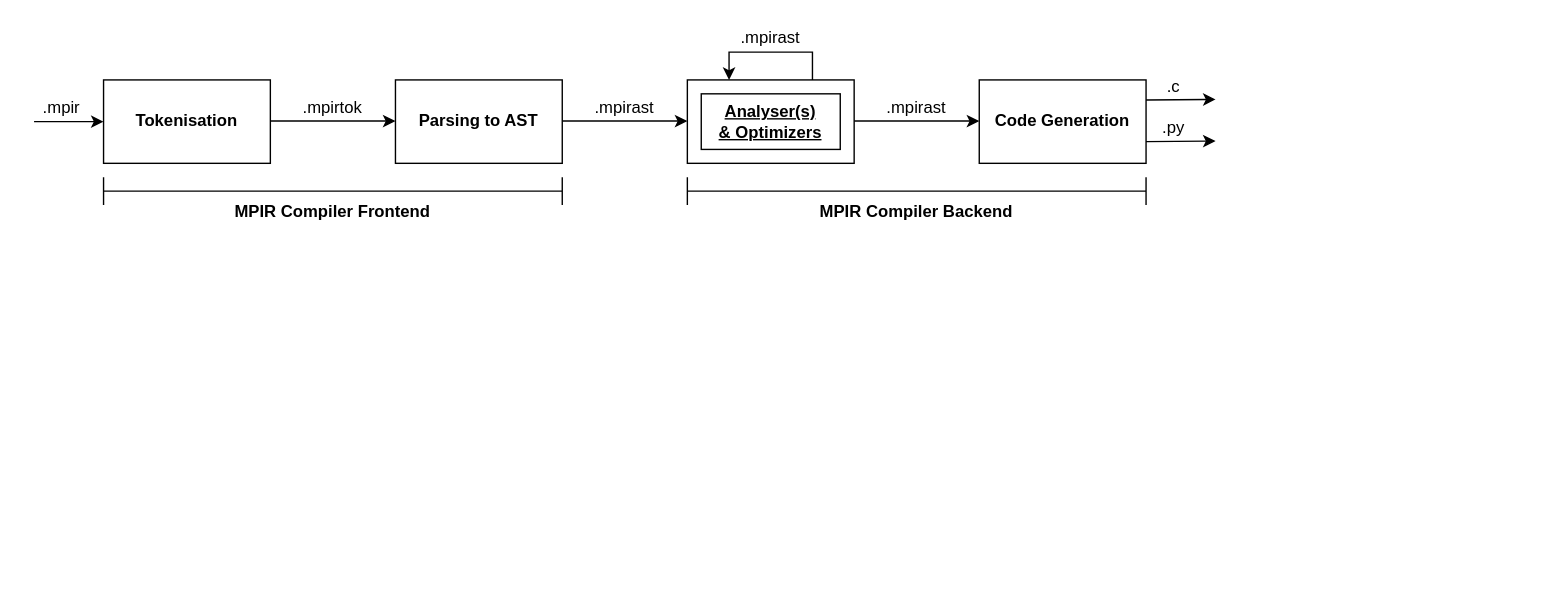
Earlier version of the draw.io diagram diagrambank/Compiler Sequencing.drawio (tobybenjaminclark/mpir). Source tidied: cells renumbered, new cells numbered last; positions are measured from the earlier drawing's top-left corner, leaving out a move shared by most shapes. Both pictures are drawn from the tidied source at 139%, with x=0, y=0 at pixel (33, 24).
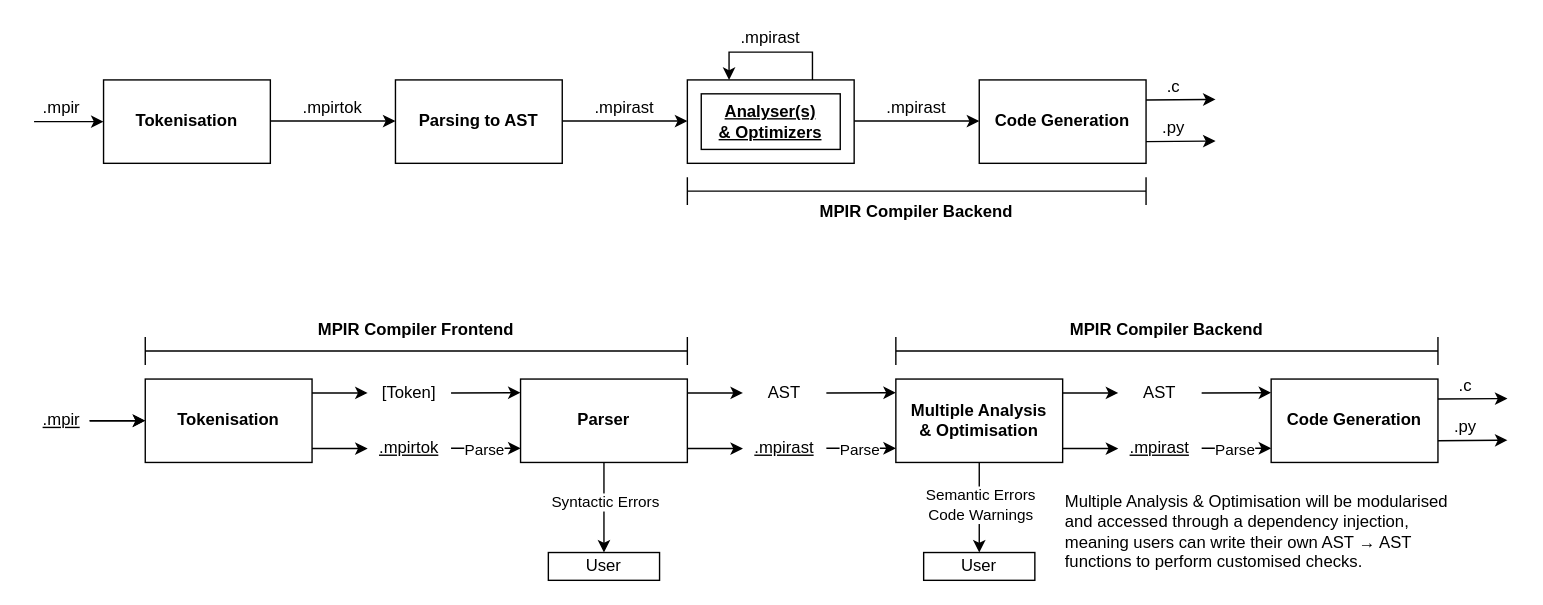
Above is the later version.

Commit message:
add: update compiler sequencing diagram

What changed in the source:
```diff
@@
     <mxCell id="19" style="shape=crossbar;whiteSpace=wrap;html=1;rounded=1;fontFamily=CMU Serif;" parent="1" vertex="1">
-      <mxGeometry x="50" y="110" width="330" height="20" as="geometry" />
+      <mxGeometry x="80" y="225" width="390" height="20" as="geometry" />
     </mxCell>
@@
     <mxCell id="21" value="MPIR Compiler Frontend" style="text;html=1;strokeColor=none;fillColor=none;align=center;verticalAlign=middle;whiteSpace=wrap;rounded=0;fontFamily=CMU Serif;fontStyle=1;" parent="1" vertex="1">
-      <mxGeometry x="50" y="120" width="330" height="30" as="geometry" />
+      <mxGeometry x="80" y="205" width="390" height="30" as="geometry" />
     </mxCell>
@@
+    <mxCell id="25" style="endArrow=classic;html=1;rounded=0;fontFamily=CMU Serif;" parent="1" edge="1">
+      <mxGeometry relative="1" as="geometry">
+        <mxPoint x="40" y="285.2" as="sourcePoint" />
+        <mxPoint x="80" y="285.2" as="targetPoint" />
+      </mxGeometry>
+    </mxCell>
+    <mxCell id="26" style="edgeStyle=orthogonalEdgeStyle;rounded=0;jettySize=auto;html=1;fontFamily=CMU Serif;" parent="1" edge="1" source="27" target="28">
+      <mxGeometry relative="1" as="geometry" />
+    </mxCell>
+    <mxCell id="27" value=".mpir" style="text;html=1;strokeColor=none;fillColor=none;align=center;verticalAlign=middle;whiteSpace=wrap;rounded=0;fontFamily=CMU Serif;fontStyle=4;" parent="1" vertex="1">
+      <mxGeometry y="275.2" width="40" height="20" as="geometry" />
+    </mxCell>
+    <mxCell id="28" value="Tokenisation" style="rounded=0;whiteSpace=wrap;html=1;fontFamily=CMU Serif;fontStyle=1;" parent="1" vertex="1">
+      <mxGeometry x="80" y="255.2" width="120" height="60" as="geometry" />
+    </mxCell>
+    <mxCell id="29" style="endArrow=classic;html=1;rounded=0;fontFamily=CMU Serif;exitX=1;exitY=0.75;exitDx=0;exitDy=0;" parent="1" edge="1">
+      <mxGeometry relative="1" as="geometry">
+        <mxPoint x="200" y="265.2" as="sourcePoint" />
+        <mxPoint x="240" y="265.2" as="targetPoint" />
+      </mxGeometry>
+    </mxCell>
+    <mxCell id="30" style="endArrow=classic;html=1;rounded=0;fontFamily=CMU Serif;exitX=1;exitY=0.75;exitDx=0;exitDy=0;" parent="1" edge="1">
+      <mxGeometry relative="1" as="geometry">
+        <mxPoint x="200" y="305.2" as="sourcePoint" />
+        <mxPoint x="240" y="305.2" as="targetPoint" />
+      </mxGeometry>
+    </mxCell>
+    <mxCell id="31" value=".mpirtok" style="text;html=1;strokeColor=none;fillColor=none;align=center;verticalAlign=middle;whiteSpace=wrap;rounded=0;fontFamily=CMU Serif;fontStyle=4;" parent="1" vertex="1">
+      <mxGeometry x="240" y="295.2" width="60" height="20" as="geometry" />
+    </mxCell>
+    <mxCell id="32" value="[Token]" style="text;html=1;strokeColor=none;fillColor=none;align=center;verticalAlign=middle;whiteSpace=wrap;rounded=0;fontFamily=CMU Serif;fontStyle=0;" parent="1" vertex="1">
+      <mxGeometry x="240" y="255.2" width="60" height="20" as="geometry" />
+    </mxCell>
+    <mxCell id="33" style="edgeStyle=orthogonalEdgeStyle;rounded=0;jettySize=auto;html=1;fontFamily=CMU Serif;" parent="1" edge="1" source="35">
+      <mxGeometry relative="1" as="geometry">
+        <mxPoint x="410" y="380" as="targetPoint" />
+      </mxGeometry>
+    </mxCell>
+    <mxCell id="34" value="Syntactic Errors" style="edgeLabel;html=1;align=center;verticalAlign=middle;fontFamily=CMU Serif;" parent="33" vertex="1">
+      <mxGeometry x="-0.13" relative="1" as="geometry" />
+    </mxCell>
+    <mxCell id="35" value="Parser" style="rounded=0;whiteSpace=wrap;html=1;fontFamily=CMU Serif;fontStyle=1;" parent="1" vertex="1">
+      <mxGeometry x="350" y="255.2" width="120" height="60" as="geometry" />
+    </mxCell>
+    <mxCell id="36" style="endArrow=classic;html=1;rounded=0;fontFamily=CMU Serif;" parent="1" edge="1">
+      <mxGeometry relative="1" as="geometry">
+        <mxPoint x="300" y="305" as="sourcePoint" />
+        <mxPoint x="350" y="305" as="targetPoint" />
+        <Array as="points">
+          <mxPoint x="330" y="305" />
+        </Array>
+      </mxGeometry>
+    </mxCell>
+    <mxCell id="37" value="Parse" style="edgeLabel;html=1;align=center;verticalAlign=middle;fontFamily=CMU Serif;" parent="36" vertex="1">
+      <mxGeometry x="-0.08" y="-1" relative="1" as="geometry">
+        <mxPoint y="-1" as="offset" />
+      </mxGeometry>
+    </mxCell>
+    <mxCell id="38" style="endArrow=classic;html=1;rounded=0;fontFamily=CMU Serif;" parent="1" edge="1">
+      <mxGeometry relative="1" as="geometry">
+        <mxPoint x="300" y="265.2" as="sourcePoint" />
+        <mxPoint x="350" y="265" as="targetPoint" />
+      </mxGeometry>
+    </mxCell>
+    <mxCell id="39" style="endArrow=classic;html=1;rounded=0;fontFamily=CMU Serif;exitX=1;exitY=0.75;exitDx=0;exitDy=0;" parent="1" edge="1">
+      <mxGeometry relative="1" as="geometry">
+        <mxPoint x="470" y="265.2" as="sourcePoint" />
+        <mxPoint x="510" y="265.2" as="targetPoint" />
+      </mxGeometry>
+    </mxCell>
+    <mxCell id="40" style="endArrow=classic;html=1;rounded=0;fontFamily=CMU Serif;exitX=1;exitY=0.75;exitDx=0;exitDy=0;" parent="1" edge="1">
+      <mxGeometry relative="1" as="geometry">
+        <mxPoint x="470" y="305.2" as="sourcePoint" />
+        <mxPoint x="510" y="305.2" as="targetPoint" />
+      </mxGeometry>
+    </mxCell>
+    <mxCell id="41" value=".mpirast" style="text;html=1;strokeColor=none;fillColor=none;align=center;verticalAlign=middle;whiteSpace=wrap;rounded=0;fontFamily=CMU Serif;fontStyle=4;" parent="1" vertex="1">
+      <mxGeometry x="510" y="295.2" width="60" height="20" as="geometry" />
+    </mxCell>
+    <mxCell id="42" value="AST" style="text;html=1;strokeColor=none;fillColor=none;align=center;verticalAlign=middle;whiteSpace=wrap;rounded=0;fontFamily=CMU Serif;fontStyle=0;" parent="1" vertex="1">
+      <mxGeometry x="510" y="255.2" width="60" height="20" as="geometry" />
+    </mxCell>
+    <mxCell id="43" style="endArrow=classic;html=1;rounded=0;fontFamily=CMU Serif;" parent="1" edge="1">
+      <mxGeometry relative="1" as="geometry">
+        <mxPoint x="570" y="305" as="sourcePoint" />
+        <mxPoint x="620" y="305" as="targetPoint" />
+        <Array as="points">
+          <mxPoint x="600" y="305" />
+        </Array>
+      </mxGeometry>
+    </mxCell>
+    <mxCell id="44" value="Parse" style="edgeLabel;html=1;align=center;verticalAlign=middle;fontFamily=CMU Serif;" parent="43" vertex="1">
+      <mxGeometry x="-0.08" y="-1" relative="1" as="geometry">
+        <mxPoint y="-1" as="offset" />
+      </mxGeometry>
+    </mxCell>
+    <mxCell id="45" style="endArrow=classic;html=1;rounded=0;fontFamily=CMU Serif;" parent="1" edge="1">
+      <mxGeometry relative="1" as="geometry">
+        <mxPoint x="570" y="265.2" as="sourcePoint" />
+        <mxPoint x="620" y="265" as="targetPoint" />
+      </mxGeometry>
+    </mxCell>
+    <mxCell id="46" style="edgeStyle=orthogonalEdgeStyle;rounded=0;jettySize=auto;html=1;fontFamily=CMU Serif;" parent="1" edge="1" source="48">
+      <mxGeometry relative="1" as="geometry">
+        <mxPoint x="680" y="380" as="targetPoint" />
+      </mxGeometry>
+    </mxCell>
+    <mxCell id="47" value="Semantic Errors&lt;br&gt;Code Warnings" style="edgeLabel;html=1;align=center;verticalAlign=middle;fontFamily=CMU Serif;" parent="46" vertex="1">
+      <mxGeometry x="-0.09" relative="1" as="geometry" />
+    </mxCell>
+    <mxCell id="48" value="Multiple Analysis&lt;br&gt;&amp;amp; Optimisation" style="rounded=0;whiteSpace=wrap;html=1;fontFamily=CMU Serif;fontStyle=1;" parent="1" vertex="1">
+      <mxGeometry x="620" y="255.2" width="120" height="60" as="geometry" />
+    </mxCell>
+    <mxCell id="49" style="endArrow=classic;html=1;rounded=0;fontFamily=CMU Serif;exitX=1;exitY=0.75;exitDx=0;exitDy=0;" parent="1" edge="1">
+      <mxGeometry relative="1" as="geometry">
+        <mxPoint x="740" y="265.2" as="sourcePoint" />
+        <mxPoint x="780" y="265.2" as="targetPoint" />
+      </mxGeometry>
+    </mxCell>
+    <mxCell id="50" style="endArrow=classic;html=1;rounded=0;fontFamily=CMU Serif;exitX=1;exitY=0.75;exitDx=0;exitDy=0;" parent="1" edge="1">
+      <mxGeometry relative="1" as="geometry">
+        <mxPoint x="740" y="305.2" as="sourcePoint" />
+        <mxPoint x="780" y="305.2" as="targetPoint" />
+      </mxGeometry>
+    </mxCell>
+    <mxCell id="51" value=".mpirast" style="text;html=1;strokeColor=none;fillColor=none;align=center;verticalAlign=middle;whiteSpace=wrap;rounded=0;fontFamily=CMU Serif;fontStyle=4;" parent="1" vertex="1">
+      <mxGeometry x="780" y="295.2" width="60" height="20" as="geometry" />
+    </mxCell>
+    <mxCell id="52" value="AST" style="text;html=1;strokeColor=none;fillColor=none;align=center;verticalAlign=middle;whiteSpace=wrap;rounded=0;fontFamily=CMU Serif;fontStyle=0;" parent="1" vertex="1">
+      <mxGeometry x="780" y="255.2" width="60" height="20" as="geometry" />
+    </mxCell>
+    <mxCell id="53" style="endArrow=classic;html=1;rounded=0;fontFamily=CMU Serif;" parent="1" edge="1">
+      <mxGeometry relative="1" as="geometry">
+        <mxPoint x="840" y="305" as="sourcePoint" />
+        <mxPoint x="890" y="305" as="targetPoint" />
+        <Array as="points">
+          <mxPoint x="870" y="305" />
+        </Array>
+      </mxGeometry>
+    </mxCell>
+    <mxCell id="54" value="Parse" style="edgeLabel;html=1;align=center;verticalAlign=middle;fontFamily=CMU Serif;" parent="53" vertex="1">
+      <mxGeometry x="-0.08" y="-1" relative="1" as="geometry">
+        <mxPoint y="-1" as="offset" />
+      </mxGeometry>
+    </mxCell>
+    <mxCell id="55" style="endArrow=classic;html=1;rounded=0;fontFamily=CMU Serif;" parent="1" edge="1">
+      <mxGeometry relative="1" as="geometry">
+        <mxPoint x="840" y="265.2" as="sourcePoint" />
+        <mxPoint x="890" y="265" as="targetPoint" />
+      </mxGeometry>
+    </mxCell>
+    <mxCell id="56" value="Code Generation" style="rounded=0;whiteSpace=wrap;html=1;fontFamily=CMU Serif;fontStyle=1;" parent="1" vertex="1">
+      <mxGeometry x="890" y="255.2" width="120" height="60" as="geometry" />
+    </mxCell>
+    <mxCell id="57" style="endArrow=classic;html=1;rounded=0;fontFamily=CMU Serif;" parent="1" edge="1">
+      <mxGeometry relative="1" as="geometry">
+        <mxPoint x="1010" y="269.6" as="sourcePoint" />
+        <mxPoint x="1060" y="269.2" as="targetPoint" />
+      </mxGeometry>
+    </mxCell>
+    <mxCell id="58" value=".c" style="text;html=1;strokeColor=none;fillColor=none;align=center;verticalAlign=middle;whiteSpace=wrap;rounded=0;fontFamily=CMU Serif;" parent="1" vertex="1">
+      <mxGeometry x="1010" y="250" width="40" height="20" as="geometry" />
+    </mxCell>
+    <mxCell id="59" style="endArrow=classic;html=1;rounded=0;fontFamily=CMU Serif;" parent="1" edge="1">
+      <mxGeometry relative="1" as="geometry">
+        <mxPoint x="1010" y="299.6" as="sourcePoint" />
+        <mxPoint x="1060" y="299.2" as="targetPoint" />
+      </mxGeometry>
+    </mxCell>
+    <mxCell id="60" value=".py" style="text;html=1;strokeColor=none;fillColor=none;align=center;verticalAlign=middle;whiteSpace=wrap;rounded=0;fontFamily=CMU Serif;" parent="1" vertex="1">
+      <mxGeometry x="1010" y="280" width="40" height="20" as="geometry" />
+    </mxCell>
+    <mxCell id="61" style="shape=crossbar;whiteSpace=wrap;html=1;rounded=1;fontFamily=CMU Serif;" parent="1" vertex="1">
+      <mxGeometry x="620" y="225" width="390" height="20" as="geometry" />
+    </mxCell>
+    <mxCell id="62" value="MPIR Compiler Backend" style="text;html=1;strokeColor=none;fillColor=none;align=center;verticalAlign=middle;whiteSpace=wrap;rounded=0;fontFamily=CMU Serif;fontStyle=1;" parent="1" vertex="1">
+      <mxGeometry x="620" y="205" width="390" height="30" as="geometry" />
+    </mxCell>
+    <mxCell id="63" value="User" style="rounded=0;whiteSpace=wrap;html=1;fontFamily=CMU Serif;" parent="1" vertex="1">
+      <mxGeometry x="640" y="380" width="80" height="20" as="geometry" />
+    </mxCell>
+    <mxCell id="64" value="User" style="rounded=0;whiteSpace=wrap;html=1;fontFamily=CMU Serif;" parent="1" vertex="1">
+      <mxGeometry x="370" y="380" width="80" height="20" as="geometry" />
+    </mxCell>
+    <mxCell id="65" value="Multiple Analysis &amp;amp; Optimisation will be modularised and accessed through a dependency injection, meaning users can write their own AST&amp;nbsp;→ AST functions to perform customised checks." style="text;html=1;strokeColor=none;fillColor=none;align=left;verticalAlign=top;whiteSpace=wrap;rounded=0;fontFamily=CMU Serif;fontSize=12;fontStyle=0;" parent="1" vertex="1">
+      <mxGeometry x="740" y="330" width="280" height="70" as="geometry" />
+    </mxCell>
```
